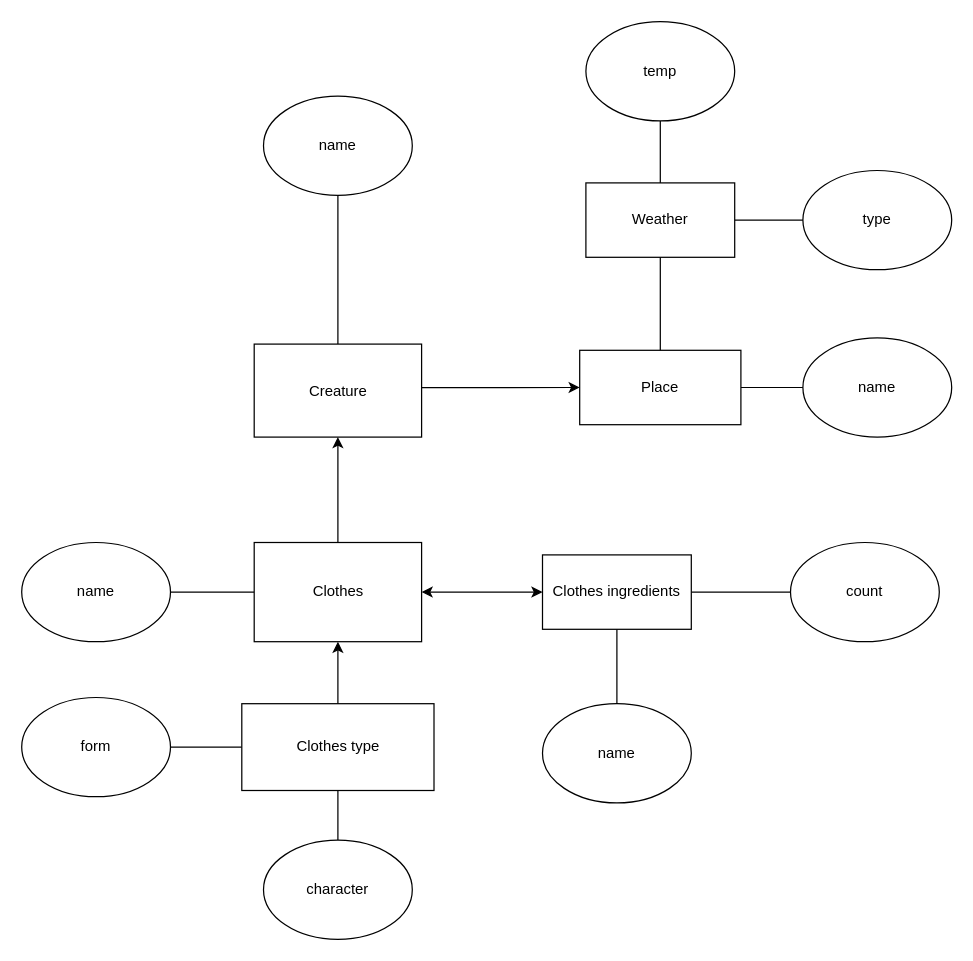
buffer404/university keeps this draw.io diagram as year3/Database/lab1/InfoModel.drawio. Above is the earlier version. Source tidied: cells renumbered, new cells numbered last; positions are measured from the earlier drawing's top-left corner, leaving out a move shared by most shapes. Both pictures are drawn from the tidied source at 124%, with x=0, y=0 at pixel (21, 21).
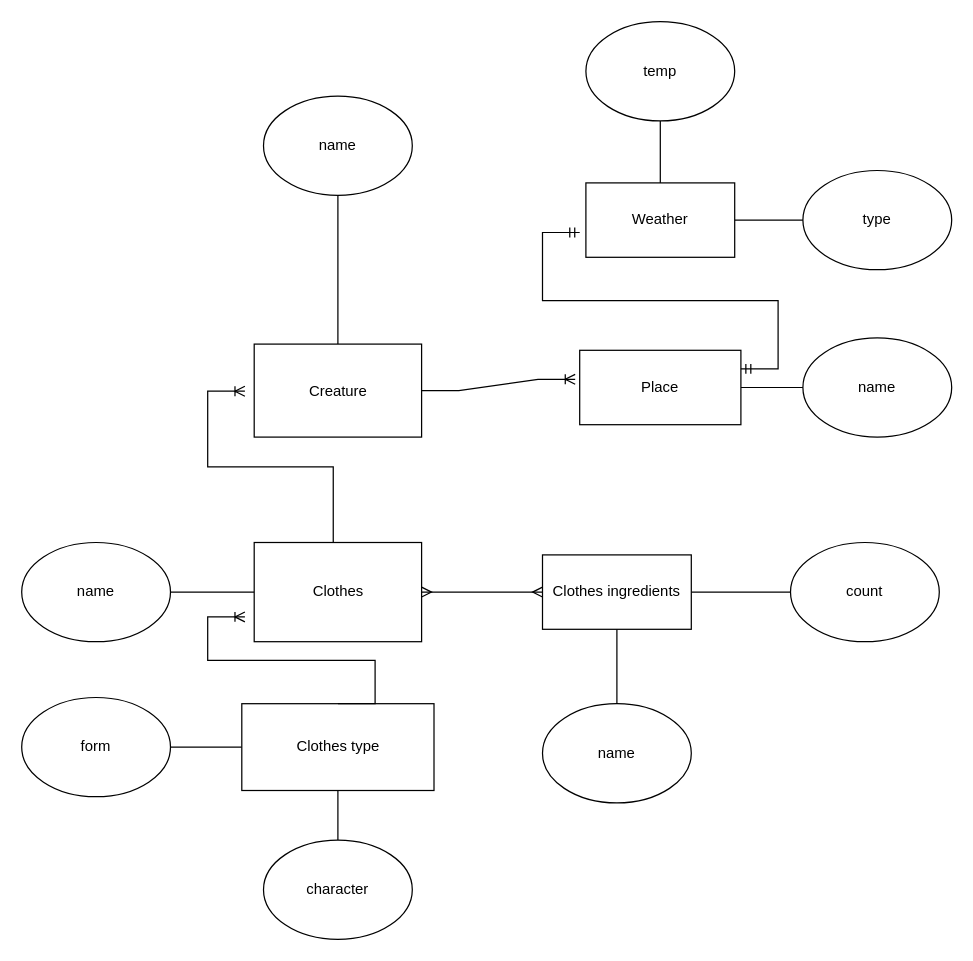
The same page after the edit.

Unchanged cells that the change refers to:
```xml
<mxCell id="23" value="Creature" style="rounded=0;whiteSpace=wrap;html=1;" parent="1" vertex="1">
  <mxGeometry x="187.5" y="260" width="135" height="75" as="geometry" />
</mxCell>
<mxCell id="24" value="Clothes" style="rounded=0;whiteSpace=wrap;html=1;" parent="1" vertex="1">
  <mxGeometry x="187.5" y="420" width="135" height="80" as="geometry" />
</mxCell>
<mxCell id="25" value="Clothes type" style="rounded=0;whiteSpace=wrap;html=1;" parent="1" vertex="1">
  <mxGeometry x="177.5" y="550" width="155" height="70" as="geometry" />
</mxCell>
<mxCell id="26" value="Place" style="rounded=0;whiteSpace=wrap;html=1;" parent="1" vertex="1">
  <mxGeometry x="450" y="265" width="130" height="60" as="geometry" />
</mxCell>
<mxCell id="27" value="Weather" style="whiteSpace=wrap;html=1;" parent="1" vertex="1">
  <mxGeometry x="455" y="130" width="120" height="60" as="geometry" />
</mxCell>
<mxCell id="29" value="Clothes ingredients" style="rounded=0;whiteSpace=wrap;html=1;" parent="1" vertex="1">
  <mxGeometry x="420" y="430" width="120" height="60" as="geometry" />
</mxCell>
```

Change to the diagram source:
```diff
@@
-    <mxCell id="4" style="endArrow=classic;html=1;rounded=0;entryX=0.5;entryY=1;entryDx=0;entryDy=0;exitX=0.5;exitY=0;exitDx=0;exitDy=0;" parent="1" edge="1" source="24" target="23">
-      <mxGeometry relative="1" as="geometry" />
-    </mxCell>
@@
-    <mxCell id="11" style="endArrow=classic;startArrow=classic;html=1;rounded=0;entryX=0;entryY=0.5;entryDx=0;entryDy=0;exitX=1;exitY=0.5;exitDx=0;exitDy=0;" parent="1" edge="1" source="24" target="29">
-      <mxGeometry relative="1" as="geometry" />
-    </mxCell>
@@
-    <mxCell id="16" style="endArrow=classic;html=1;rounded=0;entryX=0;entryY=0.5;entryDx=0;entryDy=0;exitX=1;exitY=0.467;exitDx=0;exitDy=0;exitPerimeter=0;" parent="1" edge="1" source="23">
-      <mxGeometry relative="1" as="geometry">
-        <mxPoint x="450" y="295" as="targetPoint" />
-      </mxGeometry>
-    </mxCell>
@@
-    <mxCell id="28" style="endArrow=classic;html=1;rounded=0;entryX=0.5;entryY=1;entryDx=0;entryDy=0;exitX=0.5;exitY=0;exitDx=0;exitDy=0;" parent="1" edge="1" source="25" target="24">
-      <mxGeometry relative="1" as="geometry" />
-    </mxCell>
@@
-    <mxCell id="30" style="endArrow=none;html=1;rounded=0;exitX=0.5;exitY=0;exitDx=0;exitDy=0;entryX=0.5;entryY=1;entryDx=0;entryDy=0;" parent="1" edge="1" source="26" target="27">
-      <mxGeometry relative="1" as="geometry" />
-    </mxCell>
+    <mxCell id="31" style="edgeStyle=entityRelationEdgeStyle;fontSize=12;html=1;endArrow=ERmandOne;startArrow=ERmandOne;rounded=0;exitX=1;exitY=0.25;exitDx=0;exitDy=0;" parent="1" edge="1" source="26">
+      <mxGeometry relative="1" as="geometry">
+        <mxPoint x="450" y="170" as="targetPoint" />
+      </mxGeometry>
+    </mxCell>
+    <mxCell id="32" style="edgeStyle=entityRelationEdgeStyle;fontSize=12;html=1;endArrow=ERoneToMany;rounded=0;entryX=-0.028;entryY=0.39;entryDx=0;entryDy=0;entryPerimeter=0;exitX=1;exitY=0.5;exitDx=0;exitDy=0;" parent="1" edge="1" source="23" target="26">
+      <mxGeometry relative="1" as="geometry" />
+    </mxCell>
+    <mxCell id="33" style="edgeStyle=entityRelationEdgeStyle;fontSize=12;html=1;endArrow=ERoneToMany;rounded=0;exitX=0.25;exitY=0;exitDx=0;exitDy=0;" parent="1" edge="1" source="24">
+      <mxGeometry relative="1" as="geometry">
+        <mxPoint x="180" y="298" as="targetPoint" />
+      </mxGeometry>
+    </mxCell>
+    <mxCell id="11" style="edgeStyle=entityRelationEdgeStyle;fontSize=12;html=1;endArrow=ERmany;startArrow=ERmany;rounded=0;exitX=1;exitY=0.5;exitDx=0;exitDy=0;entryX=0;entryY=0.5;entryDx=0;entryDy=0;" parent="1" edge="1" source="24" target="29">
+      <mxGeometry relative="1" as="geometry" />
+    </mxCell>
+    <mxCell id="34" style="edgeStyle=entityRelationEdgeStyle;fontSize=12;html=1;endArrow=ERoneToMany;rounded=0;exitX=0.5;exitY=0;exitDx=0;exitDy=0;" parent="1" edge="1" source="25">
+      <mxGeometry relative="1" as="geometry">
+        <mxPoint x="180" y="480" as="targetPoint" />
+      </mxGeometry>
+    </mxCell>
```
